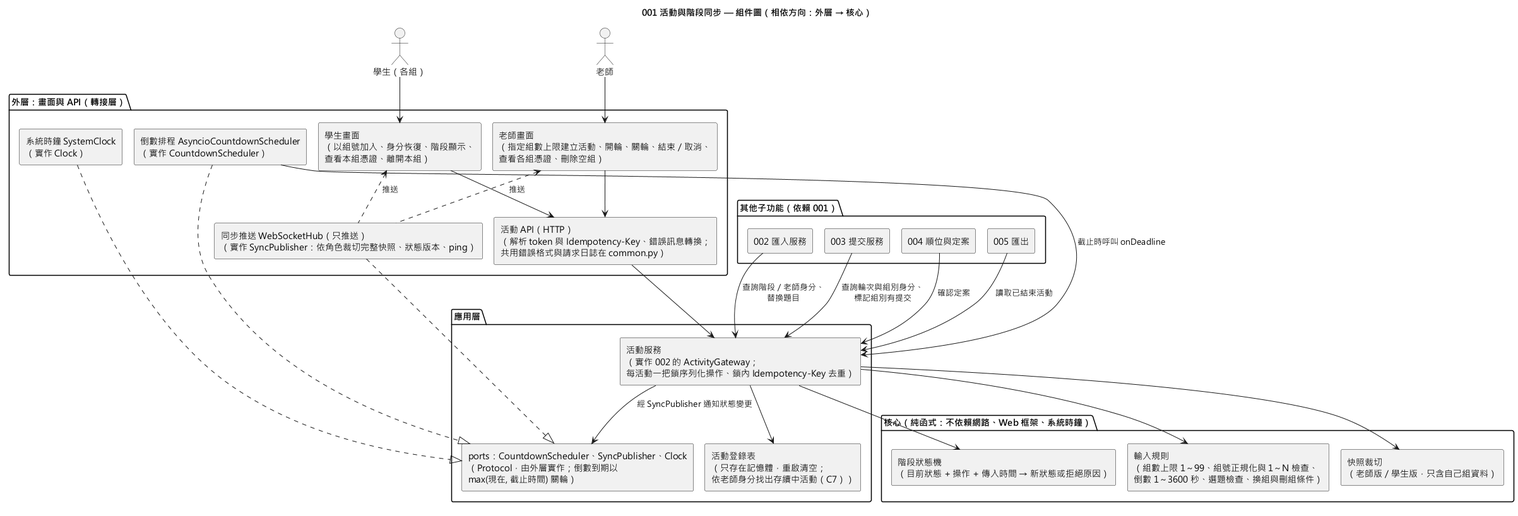
Earlier version of the PlantUML export diagrams/001-activity-session-component.png (EricC430/lecture-answer-first_group16_speckit).
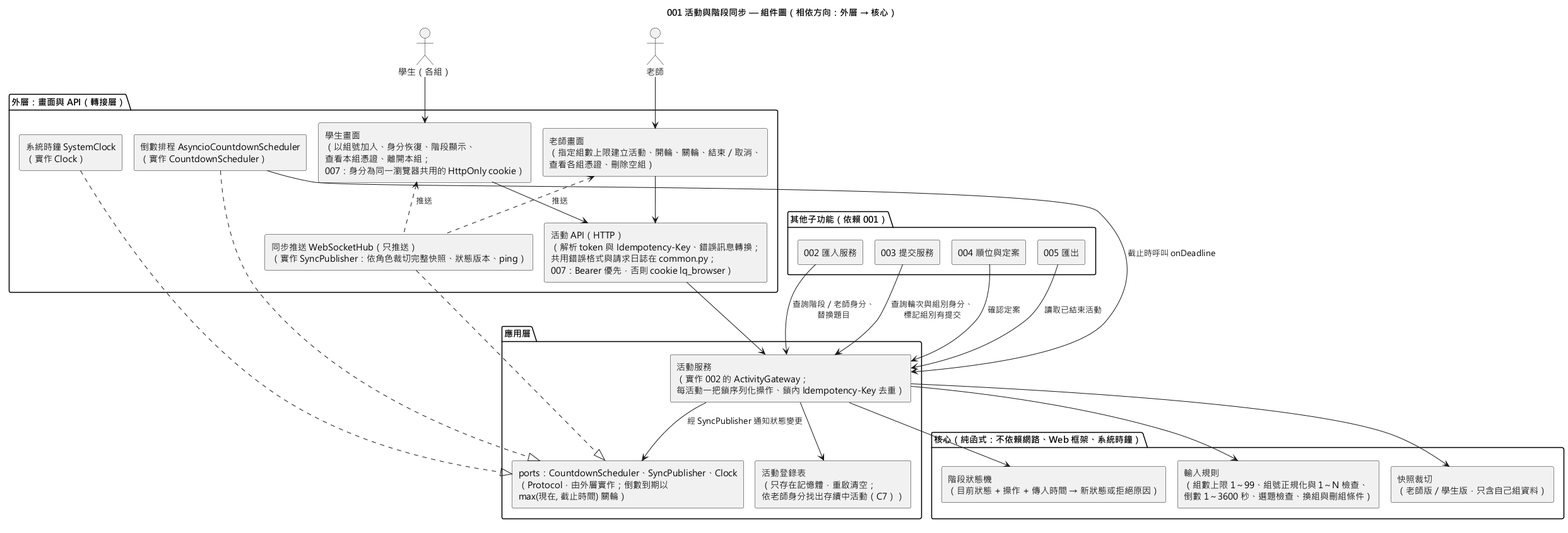
After the change.

Diff of the diagram source:
```diff
@@ -9,8 +9,8 @@
 
 package "外層：畫面與 API（轉接層）" {
   [老師畫面\n（指定組數上限建立活動、開輪、關輪、結束／取消、\n查看各組憑證、刪除空組）] as TeacherUI
-  [學生畫面\n（以組號加入、身分恢復、階段顯示、\n查看本組憑證、離開本組）] as StudentUI
-  [活動 API（HTTP）\n（解析 token 與 Idempotency-Key、錯誤訊息轉換；\n共用錯誤格式與請求日誌在 common.py）] as Api
+  [學生畫面\n（以組號加入、身分恢復、階段顯示、\n查看本組憑證、離開本組；\n007：身分為同一瀏覽器共用的 HttpOnly cookie）] as StudentUI
+  [活動 API（HTTP）\n（解析 token 與 Idempotency-Key、錯誤訊息轉換；\n共用錯誤格式與請求日誌在 common.py；\n007：Bearer 優先，否則 cookie lq_browser）] as Api
   [同步推送 WebSocketHub（只推送）\n（實作 SyncPublisher：依角色裁切完整快照、狀態版本、ping）] as Sync
   [倒數排程 AsyncioCountdownScheduler\n（實作 CountdownScheduler）] as TimerImpl
   [系統時鐘 SystemClock\n（實作 Clock）] as ClockImpl
```
